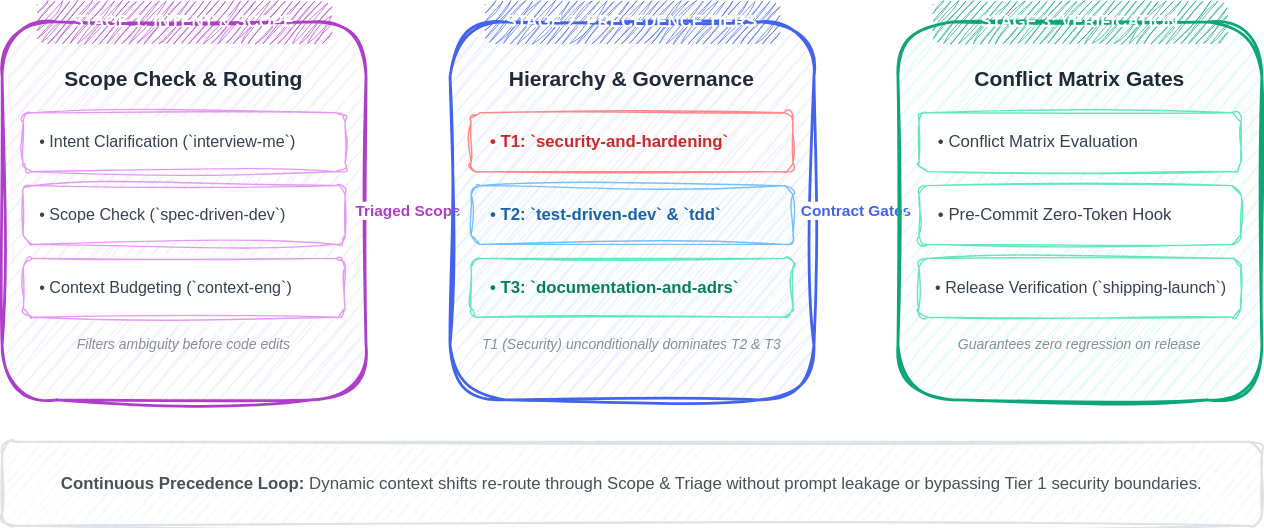
Before: public/diagrams/scenario-prioritization-architecture.svg, a diagram exported from draw.io (samuelek25k/samuelj90.github.io). Source tidied: cells renumbered, new cells last; positions are measured from the earlier drawing's top-left corner, leaving out a move shared by most shapes.
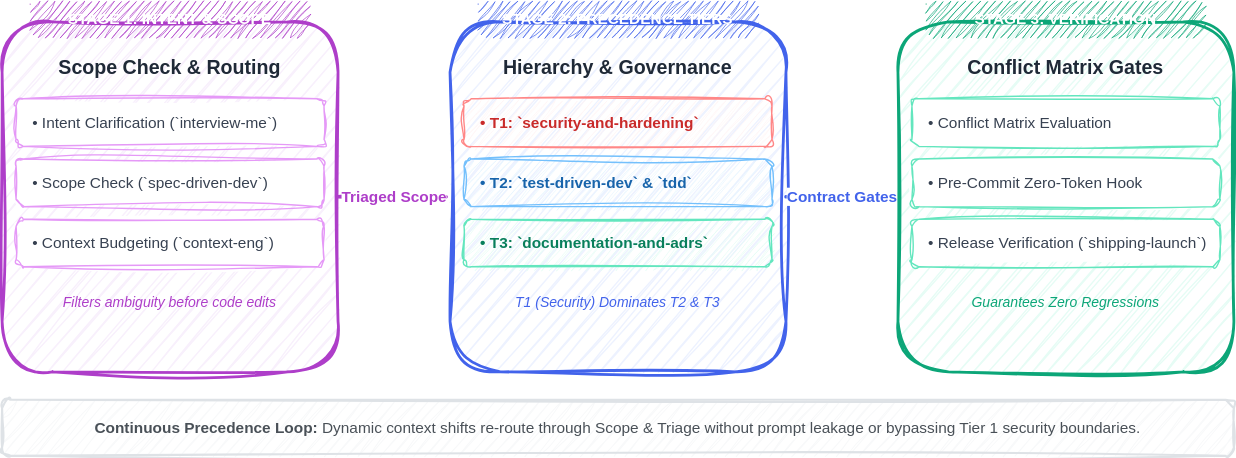
After the commit.

Commit message:
fix(diagrams): fix readability by standardizing aspect ratio, font sizes, and layout to 960x380 spec

Diff of the diagram source:
```diff
@@ -3,79 +3,79 @@
     <mxCell id="0" />
     <mxCell id="1" parent="0" />
     <mxCell id="2" style="rounded=1;whiteSpace=wrap;html=1;sketch=1;curveFitting=1;jiggle=2;fillColor=#f8f0fc;strokeColor=#ae3ec9;strokeWidth=2;shadow=0;" parent="1" vertex="1">
-      <mxGeometry y="15" width="260" height="270" as="geometry" />
+      <mxGeometry y="15" width="240" height="250" as="geometry" />
     </mxCell>
-    <mxCell id="3" value="STAGE 1: INTENT &amp; SCOPE" style="rounded=1;whiteSpace=wrap;html=1;sketch=1;curveFitting=1;jiggle=2;fillColor=#ae3ec9;strokeColor=none;fontColor=#ffffff;fontStyle=1;fontSize=12;fontFamily=Helvetica;" parent="1" vertex="1">
-      <mxGeometry x="25" width="210" height="30" as="geometry" />
+    <mxCell id="3" value="STAGE 1: INTENT &amp; SCOPE" style="rounded=1;whiteSpace=wrap;html=1;sketch=1;curveFitting=1;jiggle=2;fillColor=#ae3ec9;strokeColor=none;fontColor=#ffffff;fontStyle=1;fontSize=11;fontFamily=Helvetica;" parent="1" vertex="1">
+      <mxGeometry x="20" width="200" height="26" as="geometry" />
     </mxCell>
-    <mxCell id="4" value="&lt;b&gt;Scope Check &amp; Routing&lt;/b&gt;" style="text;html=1;strokeColor=none;fillColor=none;align=center;verticalAlign=middle;whiteSpace=wrap;rounded=0;fontSize=15;fontFamily=Helvetica;fontColor=#1f2937;" parent="1" vertex="1">
-      <mxGeometry x="20" y="40" width="220" height="30" as="geometry" />
+    <mxCell id="4" value="&lt;b&gt;Scope Check &amp; Routing&lt;/b&gt;" style="text;html=1;strokeColor=none;fillColor=none;align=center;verticalAlign=middle;whiteSpace=wrap;rounded=0;fontSize=14;fontFamily=Helvetica;fontColor=#1f2937;" parent="1" vertex="1">
+      <mxGeometry x="10" y="35" width="220" height="25" as="geometry" />
     </mxCell>
-    <mxCell id="5" value="• Intent Clarification (`interview-me`)" style="rounded=1;whiteSpace=wrap;html=1;sketch=1;curveFitting=1;jiggle=2;fillColor=#ffffff;strokeColor=#e599f7;fontSize=11.5;align=left;spacingLeft=10;fontFamily=Helvetica;fontColor=#374151;" parent="1" vertex="1">
-      <mxGeometry x="15" y="80" width="230" height="42" as="geometry" />
+    <mxCell id="5" value="• Intent Clarification (`interview-me`)" style="rounded=1;whiteSpace=wrap;html=1;sketch=1;curveFitting=1;jiggle=2;fillColor=#ffffff;strokeColor=#e599f7;fontSize=11;align=left;spacingLeft=10;fontFamily=Helvetica;fontColor=#374151;" parent="1" vertex="1">
+      <mxGeometry x="10" y="70" width="220" height="34" as="geometry" />
     </mxCell>
-    <mxCell id="6" value="• Scope Check (`spec-driven-dev`)" style="rounded=1;whiteSpace=wrap;html=1;sketch=1;curveFitting=1;jiggle=2;fillColor=#ffffff;strokeColor=#e599f7;fontSize=11.5;align=left;spacingLeft=10;fontFamily=Helvetica;fontColor=#374151;" parent="1" vertex="1">
-      <mxGeometry x="15" y="132" width="230" height="42" as="geometry" />
+    <mxCell id="6" value="• Scope Check (`spec-driven-dev`)" style="rounded=1;whiteSpace=wrap;html=1;sketch=1;curveFitting=1;jiggle=2;fillColor=#ffffff;strokeColor=#e599f7;fontSize=11;align=left;spacingLeft=10;fontFamily=Helvetica;fontColor=#374151;" parent="1" vertex="1">
+      <mxGeometry x="10" y="113" width="220" height="34" as="geometry" />
     </mxCell>
-    <mxCell id="7" value="• Context Budgeting (`context-eng`)" style="rounded=1;whiteSpace=wrap;html=1;sketch=1;curveFitting=1;jiggle=2;fillColor=#ffffff;strokeColor=#e599f7;fontSize=11.5;align=left;spacingLeft=10;fontFamily=Helvetica;fontColor=#374151;" parent="1" vertex="1">
-      <mxGeometry x="15" y="184" width="230" height="42" as="geometry" />
+    <mxCell id="7" value="• Context Budgeting (`context-eng`)" style="rounded=1;whiteSpace=wrap;html=1;sketch=1;curveFitting=1;jiggle=2;fillColor=#ffffff;strokeColor=#e599f7;fontSize=11;align=left;spacingLeft=10;fontFamily=Helvetica;fontColor=#374151;" parent="1" vertex="1">
+      <mxGeometry x="10" y="156" width="220" height="34" as="geometry" />
     </mxCell>
-    <mxCell id="8" value="Filters ambiguity before code edits" style="text;html=1;strokeColor=none;fillColor=none;align=center;verticalAlign=middle;whiteSpace=wrap;rounded=0;fontSize=10;fontFamily=Helvetica;fontColor=#868e96;fontStyle=2;" parent="1" vertex="1">
-      <mxGeometry x="20" y="235" width="220" height="20" as="geometry" />
+    <mxCell id="8" value="Filters ambiguity before code edits" style="text;html=1;strokeColor=none;fillColor=none;align=center;verticalAlign=middle;whiteSpace=wrap;rounded=0;fontSize=10;fontColor=#ae3ec9;fontStyle=2;fontFamily=Helvetica;" parent="1" vertex="1">
+      <mxGeometry x="10" y="205" width="220" height="20" as="geometry" />
     </mxCell>
     <mxCell id="9" value="&lt;b&gt;Triaged Scope&lt;/b&gt;" style="edgeStyle=orthogonalEdgeStyle;rounded=1;jettySize=auto;html=1;strokeColor=#ae3ec9;strokeWidth=2.5;sketch=1;curveFitting=1;jiggle=2;fontColor=#ae3ec9;fontSize=11;fontFamily=Helvetica;" parent="1" edge="1" source="2" target="10">
       <mxGeometry relative="1" as="geometry" />
     </mxCell>
     <mxCell id="10" style="rounded=1;whiteSpace=wrap;html=1;sketch=1;curveFitting=1;jiggle=2;fillColor=#edf2ff;strokeColor=#4263eb;strokeWidth=2;shadow=0;" parent="1" vertex="1">
-      <mxGeometry x="320" y="15" width="260" height="270" as="geometry" />
+      <mxGeometry x="320" y="15" width="240" height="250" as="geometry" />
     </mxCell>
-    <mxCell id="11" value="STAGE 2: PRECEDENCE TIERS" style="rounded=1;whiteSpace=wrap;html=1;sketch=1;curveFitting=1;jiggle=2;fillColor=#4263eb;strokeColor=none;fontColor=#ffffff;fontStyle=1;fontSize=12;fontFamily=Helvetica;" parent="1" vertex="1">
-      <mxGeometry x="345" width="210" height="30" as="geometry" />
+    <mxCell id="11" value="STAGE 2: PRECEDENCE TIERS" style="rounded=1;whiteSpace=wrap;html=1;sketch=1;curveFitting=1;jiggle=2;fillColor=#4263eb;strokeColor=none;fontColor=#ffffff;fontStyle=1;fontSize=11;fontFamily=Helvetica;" parent="1" vertex="1">
+      <mxGeometry x="340" width="200" height="26" as="geometry" />
     </mxCell>
-    <mxCell id="12" value="&lt;b&gt;Hierarchy &amp; Governance&lt;/b&gt;" style="text;html=1;strokeColor=none;fillColor=none;align=center;verticalAlign=middle;whiteSpace=wrap;rounded=0;fontSize=15;fontFamily=Helvetica;fontColor=#1f2937;" parent="1" vertex="1">
-      <mxGeometry x="340" y="40" width="220" height="30" as="geometry" />
+    <mxCell id="12" value="&lt;b&gt;Hierarchy &amp; Governance&lt;/b&gt;" style="text;html=1;strokeColor=none;fillColor=none;align=center;verticalAlign=middle;whiteSpace=wrap;rounded=0;fontSize=14;fontFamily=Helvetica;fontColor=#1f2937;" parent="1" vertex="1">
+      <mxGeometry x="330" y="35" width="220" height="25" as="geometry" />
     </mxCell>
-    <mxCell id="13" value="• T1: `security-and-hardening`" style="rounded=1;whiteSpace=wrap;html=1;sketch=1;curveFitting=1;jiggle=2;fillColor=#fff5f5;strokeColor=#ff8787;fontSize=12;align=left;spacingLeft=12;fontFamily=Helvetica;fontColor=#c92a2a;fontStyle=1;" parent="1" vertex="1">
-      <mxGeometry x="335" y="80" width="230" height="42" as="geometry" />
+    <mxCell id="13" value="• T1: `security-and-hardening`" style="rounded=1;whiteSpace=wrap;html=1;sketch=1;curveFitting=1;jiggle=2;fillColor=#fff5f5;strokeColor=#ff8787;fontSize=11;align=left;spacingLeft=10;fontFamily=Helvetica;fontColor=#c92a2a;fontStyle=1;" parent="1" vertex="1">
+      <mxGeometry x="330" y="70" width="220" height="34" as="geometry" />
     </mxCell>
-    <mxCell id="14" value="• T2: `test-driven-dev` &amp; `tdd`" style="rounded=1;whiteSpace=wrap;html=1;sketch=1;curveFitting=1;jiggle=2;fillColor=#e7f5ff;strokeColor=#74c0fc;fontSize=12;align=left;spacingLeft=12;fontFamily=Helvetica;fontColor=#1864ab;fontStyle=1;" parent="1" vertex="1">
-      <mxGeometry x="335" y="132" width="230" height="42" as="geometry" />
+    <mxCell id="14" value="• T2: `test-driven-dev` &amp; `tdd`" style="rounded=1;whiteSpace=wrap;html=1;sketch=1;curveFitting=1;jiggle=2;fillColor=#e7f5ff;strokeColor=#74c0fc;fontSize=11;align=left;spacingLeft=10;fontFamily=Helvetica;fontColor=#1864ab;fontStyle=1;" parent="1" vertex="1">
+      <mxGeometry x="330" y="113" width="220" height="34" as="geometry" />
     </mxCell>
-    <mxCell id="15" value="• T3: `documentation-and-adrs`" style="rounded=1;whiteSpace=wrap;html=1;sketch=1;curveFitting=1;jiggle=2;fillColor=#e6fcf5;strokeColor=#63e6be;fontSize=12;align=left;spacingLeft=12;fontFamily=Helvetica;fontColor=#087f5b;fontStyle=1;" parent="1" vertex="1">
-      <mxGeometry x="335" y="184" width="230" height="42" as="geometry" />
+    <mxCell id="15" value="• T3: `documentation-and-adrs`" style="rounded=1;whiteSpace=wrap;html=1;sketch=1;curveFitting=1;jiggle=2;fillColor=#e6fcf5;strokeColor=#63e6be;fontSize=11;align=left;spacingLeft=10;fontFamily=Helvetica;fontColor=#087f5b;fontStyle=1;" parent="1" vertex="1">
+      <mxGeometry x="330" y="156" width="220" height="34" as="geometry" />
     </mxCell>
-    <mxCell id="16" value="T1 (Security) unconditionally dominates T2 &amp; T3" style="text;html=1;strokeColor=none;fillColor=none;align=center;verticalAlign=middle;whiteSpace=wrap;rounded=0;fontSize=10;fontFamily=Helvetica;fontColor=#868e96;fontStyle=2;" parent="1" vertex="1">
-      <mxGeometry x="340" y="235" width="220" height="20" as="geometry" />
-    </mxCell>
+    <mxCell id="27" value="T1 (Security) Dominates T2 &amp; T3" style="text;html=1;strokeColor=none;fillColor=none;align=center;verticalAlign=middle;whiteSpace=wrap;rounded=0;fontSize=10;fontColor=#4263eb;fontStyle=2;fontFamily=Helvetica;" parent="1" vertex="1">
+      <mxGeometry x="330" y="205" width="220" height="20" as="geometry" />
+    </mxCell>
     <mxCell id="17" value="&lt;b&gt;Contract Gates&lt;/b&gt;" style="edgeStyle=orthogonalEdgeStyle;rounded=1;jettySize=auto;html=1;strokeColor=#4263eb;strokeWidth=2.5;sketch=1;curveFitting=1;jiggle=2;fontColor=#4263eb;fontSize=11;fontFamily=Helvetica;" parent="1" edge="1" source="10" target="18">
       <mxGeometry relative="1" as="geometry" />
     </mxCell>
     <mxCell id="18" style="rounded=1;whiteSpace=wrap;html=1;sketch=1;curveFitting=1;jiggle=2;fillColor=#e6fcf5;strokeColor=#0ca678;strokeWidth=2;shadow=0;" parent="1" vertex="1">
-      <mxGeometry x="640" y="15" width="260" height="270" as="geometry" />
+      <mxGeometry x="640" y="15" width="240" height="250" as="geometry" />
     </mxCell>
-    <mxCell id="19" value="STAGE 3: VERIFICATION" style="rounded=1;whiteSpace=wrap;html=1;sketch=1;curveFitting=1;jiggle=2;fillColor=#0ca678;strokeColor=none;fontColor=#ffffff;fontStyle=1;fontSize=12;fontFamily=Helvetica;" parent="1" vertex="1">
-      <mxGeometry x="665" width="210" height="30" as="geometry" />
+    <mxCell id="19" value="STAGE 3: VERIFICATION" style="rounded=1;whiteSpace=wrap;html=1;sketch=1;curveFitting=1;jiggle=2;fillColor=#0ca678;strokeColor=none;fontColor=#ffffff;fontStyle=1;fontSize=11;fontFamily=Helvetica;" parent="1" vertex="1">
+      <mxGeometry x="660" width="200" height="26" as="geometry" />
     </mxCell>
-    <mxCell id="20" value="&lt;b&gt;Conflict Matrix Gates&lt;/b&gt;" style="text;html=1;strokeColor=none;fillColor=none;align=center;verticalAlign=middle;whiteSpace=wrap;rounded=0;fontSize=15;fontFamily=Helvetica;fontColor=#1f2937;" parent="1" vertex="1">
-      <mxGeometry x="660" y="40" width="220" height="30" as="geometry" />
+    <mxCell id="20" value="&lt;b&gt;Conflict Matrix Gates&lt;/b&gt;" style="text;html=1;strokeColor=none;fillColor=none;align=center;verticalAlign=middle;whiteSpace=wrap;rounded=0;fontSize=14;fontFamily=Helvetica;fontColor=#1f2937;" parent="1" vertex="1">
+      <mxGeometry x="650" y="35" width="220" height="25" as="geometry" />
     </mxCell>
-    <mxCell id="21" value="• Conflict Matrix Evaluation" style="rounded=1;whiteSpace=wrap;html=1;sketch=1;curveFitting=1;jiggle=2;fillColor=#ffffff;strokeColor=#63e6be;fontSize=12;align=left;spacingLeft=12;fontFamily=Helvetica;fontColor=#374151;" parent="1" vertex="1">
-      <mxGeometry x="655" y="80" width="230" height="42" as="geometry" />
+    <mxCell id="21" value="• Conflict Matrix Evaluation" style="rounded=1;whiteSpace=wrap;html=1;sketch=1;curveFitting=1;jiggle=2;fillColor=#ffffff;strokeColor=#63e6be;fontSize=11;align=left;spacingLeft=10;fontFamily=Helvetica;fontColor=#374151;" parent="1" vertex="1">
+      <mxGeometry x="650" y="70" width="220" height="34" as="geometry" />
     </mxCell>
-    <mxCell id="22" value="• Pre-Commit Zero-Token Hook" style="rounded=1;whiteSpace=wrap;html=1;sketch=1;curveFitting=1;jiggle=2;fillColor=#ffffff;strokeColor=#63e6be;fontSize=12;align=left;spacingLeft=12;fontFamily=Helvetica;fontColor=#374151;" parent="1" vertex="1">
-      <mxGeometry x="655" y="132" width="230" height="42" as="geometry" />
+    <mxCell id="22" value="• Pre-Commit Zero-Token Hook" style="rounded=1;whiteSpace=wrap;html=1;sketch=1;curveFitting=1;jiggle=2;fillColor=#ffffff;strokeColor=#63e6be;fontSize=11;align=left;spacingLeft=10;fontFamily=Helvetica;fontColor=#374151;" parent="1" vertex="1">
+      <mxGeometry x="650" y="113" width="220" height="34" as="geometry" />
     </mxCell>
-    <mxCell id="23" value="• Release Verification (`shipping-launch`)" style="rounded=1;whiteSpace=wrap;html=1;sketch=1;curveFitting=1;jiggle=2;fillColor=#ffffff;strokeColor=#63e6be;fontSize=11.5;align=left;spacingLeft=10;fontFamily=Helvetica;fontColor=#374151;" parent="1" vertex="1">
-      <mxGeometry x="655" y="184" width="230" height="42" as="geometry" />
+    <mxCell id="23" value="• Release Verification (`shipping-launch`)" style="rounded=1;whiteSpace=wrap;html=1;sketch=1;curveFitting=1;jiggle=2;fillColor=#ffffff;strokeColor=#63e6be;fontSize=11;align=left;spacingLeft=10;fontFamily=Helvetica;fontColor=#374151;" parent="1" vertex="1">
+      <mxGeometry x="650" y="156" width="220" height="34" as="geometry" />
     </mxCell>
-    <mxCell id="24" value="Guarantees zero regression on release" style="text;html=1;strokeColor=none;fillColor=none;align=center;verticalAlign=middle;whiteSpace=wrap;rounded=0;fontSize=10;fontFamily=Helvetica;fontColor=#868e96;fontStyle=2;" parent="1" vertex="1">
-      <mxGeometry x="660" y="235" width="220" height="20" as="geometry" />
-    </mxCell>
+    <mxCell id="28" value="Guarantees Zero Regressions" style="text;html=1;strokeColor=none;fillColor=none;align=center;verticalAlign=middle;whiteSpace=wrap;rounded=0;fontSize=10;fontColor=#0ca678;fontStyle=2;fontFamily=Helvetica;" parent="1" vertex="1">
+      <mxGeometry x="650" y="205" width="220" height="20" as="geometry" />
+    </mxCell>
     <mxCell id="25" style="rounded=1;whiteSpace=wrap;html=1;sketch=1;curveFitting=1;jiggle=2;fillColor=#f8f9fa;strokeColor=#dee2e6;strokeWidth=1.5;" parent="1" vertex="1">
-      <mxGeometry y="315" width="900" height="60" as="geometry" />
+      <mxGeometry y="285" width="880" height="40" as="geometry" />
     </mxCell>
-    <mxCell id="26" value="&lt;b&gt;Continuous Precedence Loop:&lt;/b&gt; Dynamic context shifts re-route through Scope &amp; Triage without prompt leakage or bypassing Tier 1 security boundaries." style="text;html=1;strokeColor=none;fillColor=none;align=center;verticalAlign=middle;whiteSpace=wrap;rounded=0;fontSize=12;fontFamily=Helvetica;fontColor=#495057;" parent="1" vertex="1">
-      <mxGeometry x="10" y="320" width="880" height="50" as="geometry" />
+    <mxCell id="26" value="&lt;b&gt;Continuous Precedence Loop:&lt;/b&gt; Dynamic context shifts re-route through Scope &amp;amp; Triage without prompt leakage or bypassing Tier 1 security boundaries." style="text;html=1;strokeColor=none;fillColor=none;align=center;verticalAlign=middle;whiteSpace=wrap;rounded=0;fontSize=11;fontFamily=Helvetica;fontColor=#495057;" parent="1" vertex="1">
+      <mxGeometry x="10" y="290" width="860" height="30" as="geometry" />
     </mxCell>
   </root>
 </mxGraphModel>
```
